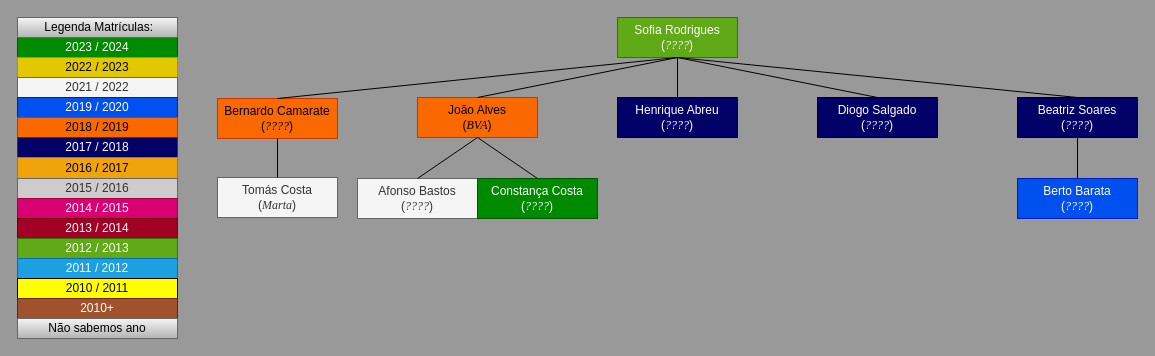
Above: Draw.io/Familia_da_Sofia_Rodrigues.drawio in pdmtmr/PDMTMRTESTLOCATION-AKA-ARBUSTO (draw.io), before the change. Source tidied: cells renumbered, new cells numbered last; positions are measured from the earlier drawing's top-left corner, leaving out a move shared by most shapes. Both pictures are drawn from the tidied source at 100%, with x=0, y=0 at pixel (17, 17).
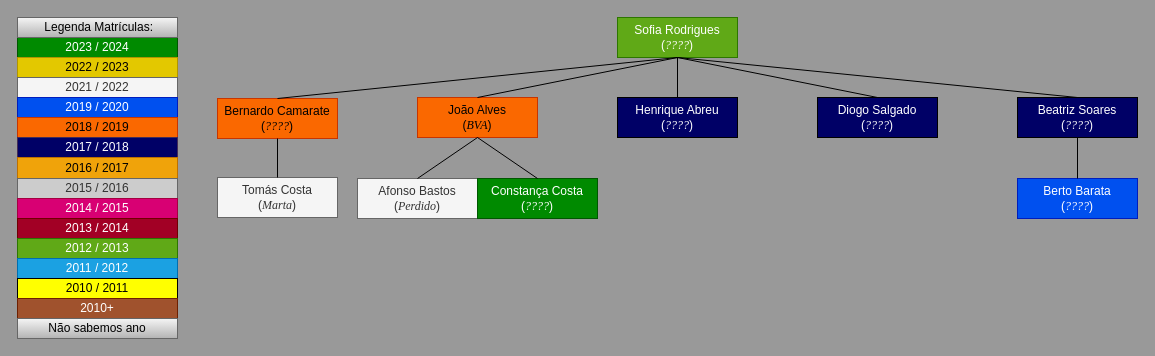
Above is the later version.

Change to the diagram source:
```diff
@@
-    <mxCell id="20" value="&lt;div&gt;&lt;span style=&quot;background-color: initial;&quot;&gt;Afonso Bastos&lt;/span&gt;&lt;/div&gt;&lt;div&gt;&lt;span style=&quot;background-color: initial;&quot;&gt;(&lt;/span&gt;&lt;i style=&quot;background-color: initial;&quot;&gt;&lt;font face=&quot;Times New Roman&quot;&gt;????&lt;/font&gt;&lt;/i&gt;&lt;span style=&quot;background-color: initial;&quot;&gt;)&lt;/span&gt;&lt;/div&gt;" style="rounded=0;whiteSpace=wrap;html=1;fillColor=#f5f5f5;fontColor=#333333;strokeColor=#666666;" parent="1" vertex="1">
+    <mxCell id="20" value="&lt;div&gt;&lt;span style=&quot;background-color: initial;&quot;&gt;Afonso Bastos&lt;/span&gt;&lt;/div&gt;&lt;div&gt;&lt;span style=&quot;background-color: initial;&quot;&gt;(&lt;font face=&quot;Times New Roman&quot;&gt;&lt;i&gt;Perdido&lt;/i&gt;&lt;/font&gt;&lt;/span&gt;&lt;span style=&quot;background-color: initial;&quot;&gt;)&lt;/span&gt;&lt;/div&gt;" style="rounded=0;whiteSpace=wrap;html=1;fillColor=#f5f5f5;fontColor=#333333;strokeColor=#666666;" parent="1" vertex="1">
       <mxGeometry x="340" y="161" width="120" height="40" as="geometry" />
     </mxCell>
```
